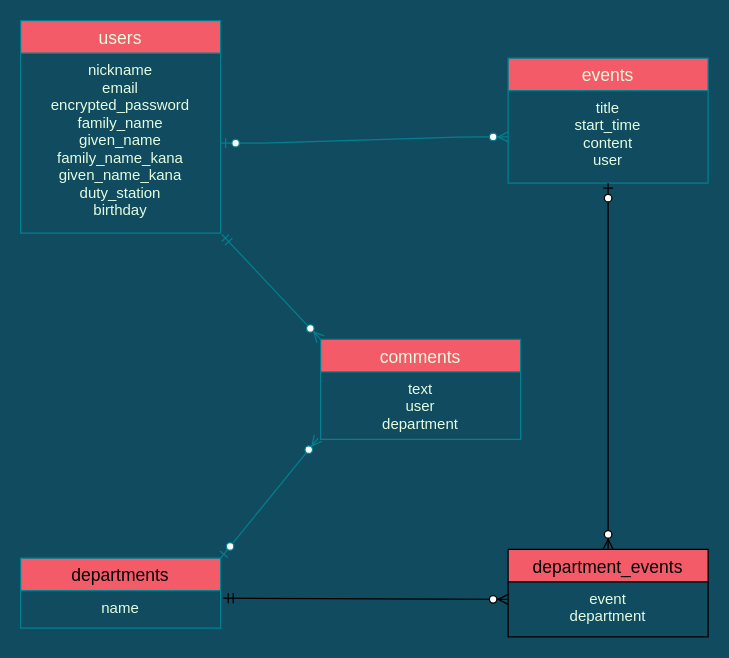
EitaIchinose/powu keeps this draw.io diagram as powu.dio. Above is the earlier version. Source tidied: cells renumbered, new cells numbered last; positions are measured from the earlier drawing's top-left corner, leaving out a move shared by most shapes. Both pictures are drawn from the tidied source at 125%, with x=0, y=0 at pixel (20, 20).
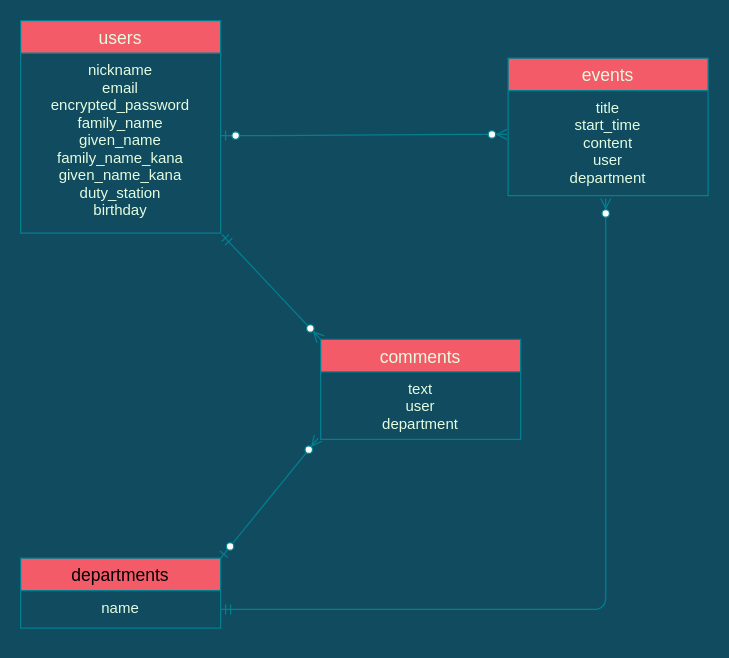
After the change.

The edit, as a diff of the source:
```diff
@@
 <mxGraphModel background="#114B5F">
   <root>
     <mxCell id="0" />
     <mxCell id="1" parent="0" />
     <mxCell id="2" value="users" style="swimlane;fontStyle=0;horizontal=1;startSize=26;align=center;fontSize=14;fillColor=#F45B69;strokeColor=#028090;fontColor=#E4FDE1;" parent="1" vertex="1">
       <mxGeometry width="160" height="170" as="geometry" />
     </mxCell>
     <mxCell id="3" value="nickname&#10;email&#10;encrypted_password&#10;family_name&#10;given_name&#10;family_name_kana&#10;given_name_kana&#10;duty_station&#10;birthday" style="text;strokeColor=none;fillColor=none;spacingLeft=4;spacingRight=4;overflow=hidden;points=[[0,0.5],[1,0.5]];portConstraint=eastwest;fontSize=12;align=center;fontColor=#E4FDE1;" parent="2" vertex="1">
       <mxGeometry y="26" width="160" height="144" as="geometry" />
     </mxCell>
     <mxCell id="4" value="events" style="swimlane;fontStyle=0;horizontal=1;startSize=26;align=center;fontSize=14;fillColor=#F45B69;strokeColor=#028090;fontColor=#E4FDE1;" parent="1" vertex="1">
-      <mxGeometry x="390" y="30" width="160" height="100" as="geometry" />
+      <mxGeometry x="390" y="30" width="160" height="110" as="geometry" />
     </mxCell>
-    <mxCell id="5" value="title&#10;start_time&#10;content&#10;user" style="text;strokeColor=none;fillColor=none;spacingLeft=4;spacingRight=4;overflow=hidden;points=[[0,0.5],[1,0.5]];portConstraint=eastwest;fontSize=12;fontColor=#E4FDE1;align=center;" parent="4" vertex="1">
-      <mxGeometry y="26" width="160" height="74" as="geometry" />
+    <mxCell id="5" value="title&#10;start_time&#10;content&#10;user&#10;department&#10;" style="text;strokeColor=none;fillColor=none;spacingLeft=4;spacingRight=4;overflow=hidden;points=[[0,0.5],[1,0.5]];portConstraint=eastwest;fontSize=12;fontColor=#E4FDE1;align=center;" parent="4" vertex="1">
+      <mxGeometry y="26" width="160" height="84" as="geometry" />
     </mxCell>
     <mxCell id="6" value="comments" style="swimlane;fontStyle=0;horizontal=1;startSize=26;align=center;fontSize=14;fillColor=#F45B69;strokeColor=#028090;fontColor=#E4FDE1;" parent="1" vertex="1">
       <mxGeometry x="240" y="255" width="160" height="80" as="geometry" />
     </mxCell>
     <mxCell id="7" value="text&#10;user&#10;department" style="text;strokeColor=none;fillColor=none;spacingLeft=4;spacingRight=4;overflow=hidden;points=[[0,0.5],[1,0.5]];portConstraint=eastwest;fontSize=12;fontColor=#E4FDE1;align=center;" parent="6" vertex="1">
       <mxGeometry y="26" width="160" height="54" as="geometry" />
     </mxCell>
     <mxCell id="8" value="departments" style="swimlane;fontStyle=0;horizontal=1;startSize=26;align=center;fontSize=14;rounded=0;sketch=0;strokeColor=#028090;fillColor=#F45B69;" parent="1" vertex="1">
       <mxGeometry y="430" width="160" height="56" as="geometry" />
     </mxCell>
     <mxCell id="9" value="name" style="text;strokeColor=none;fillColor=none;spacingLeft=4;spacingRight=4;overflow=hidden;points=[[0,0.5],[1,0.5]];portConstraint=eastwest;fontSize=12;align=center;fontColor=#E4FDE1;" parent="8" vertex="1">
       <mxGeometry y="26" width="160" height="30" as="geometry" />
     </mxCell>
-    <mxCell id="10" style="edgeStyle=entityRelationEdgeStyle;fontSize=12;html=1;endArrow=ERzeroToMany;startArrow=ERzeroToOne;strokeColor=#028090;fillColor=#F45B69;exitX=1;exitY=0.5;exitDx=0;exitDy=0;entryX=0;entryY=0.5;entryDx=0;entryDy=0;" parent="1" edge="1" source="3" target="5">
+    <mxCell id="10" style="edgeStyle=entityRelationEdgeStyle;fontSize=12;html=1;endArrow=ERzeroToMany;startArrow=ERzeroToOne;strokeColor=#028090;fillColor=#F45B69;exitX=1;exitY=0.458;exitDx=0;exitDy=0;entryX=-0.006;entryY=0.417;entryDx=0;entryDy=0;exitPerimeter=0;entryPerimeter=0;" parent="1" edge="1" source="3" target="5">
       <mxGeometry relative="1" as="geometry" />
     </mxCell>
     <mxCell id="11" style="fontSize=12;html=1;endArrow=ERzeroToMany;startArrow=ERmandOne;strokeColor=#028090;fillColor=#F45B69;align=left;entryX=0;entryY=0;entryDx=0;entryDy=0;exitX=1.006;exitY=1.007;exitDx=0;exitDy=0;exitPerimeter=0;" parent="1" edge="1" source="3" target="6">
       <mxGeometry relative="1" as="geometry" />
     </mxCell>
     <mxCell id="12" style="fontSize=12;html=1;endArrow=ERzeroToMany;startArrow=ERzeroToOne;strokeColor=#028090;fillColor=#F45B69;align=left;entryX=-0.012;entryY=0.981;entryDx=0;entryDy=0;entryPerimeter=0;exitX=1;exitY=0;exitDx=0;exitDy=0;" parent="1" edge="1" source="8" target="7">
       <mxGeometry relative="1" as="geometry" />
     </mxCell>
-    <mxCell id="13" value="department_events" style="swimlane;fontStyle=0;horizontal=1;startSize=26;align=center;fontSize=14;fillColor=#F45B69;" parent="1" vertex="1">
-      <mxGeometry x="390" y="423" width="160" height="70" as="geometry" />
-    </mxCell>
-    <mxCell id="14" value="event&#10;department" style="text;strokeColor=none;fillColor=none;spacingLeft=4;spacingRight=4;overflow=hidden;points=[[0,0.5],[1,0.5]];portConstraint=eastwest;fontSize=12;align=center;fontColor=#E4FDE1;" parent="13" vertex="1">
-      <mxGeometry y="26" width="160" height="44" as="geometry" />
-    </mxCell>
-    <mxCell id="15" style="fontSize=12;html=1;endArrow=ERzeroToMany;startArrow=ERmandOne;exitX=1.013;exitY=0.2;exitDx=0;exitDy=0;exitPerimeter=0;entryX=0;entryY=0.318;entryDx=0;entryDy=0;entryPerimeter=0;" parent="1" edge="1" source="9" target="14">
-      <mxGeometry relative="1" as="geometry" />
-    </mxCell>
-    <mxCell id="16" style="fontSize=12;html=1;endArrow=ERzeroToMany;startArrow=ERzeroToOne;entryX=0.5;entryY=0;entryDx=0;entryDy=0;" parent="1" edge="1" source="5" target="13">
-      <mxGeometry relative="1" as="geometry" />
+    <mxCell id="16" style="edgeStyle=orthogonalEdgeStyle;fontSize=12;html=1;endArrow=ERzeroToMany;startArrow=ERmandOne;entryX=0.488;entryY=1.027;entryDx=0;entryDy=0;entryPerimeter=0;exitX=1;exitY=0.5;exitDx=0;exitDy=0;strokeColor=#028090;" parent="1" edge="1" source="9" target="5">
+      <mxGeometry relative="1" as="geometry">
+        <Array as="points">
+          <mxPoint x="468" y="471" />
+        </Array>
+      </mxGeometry>
     </mxCell>
   </root>
 </mxGraphModel>
```
